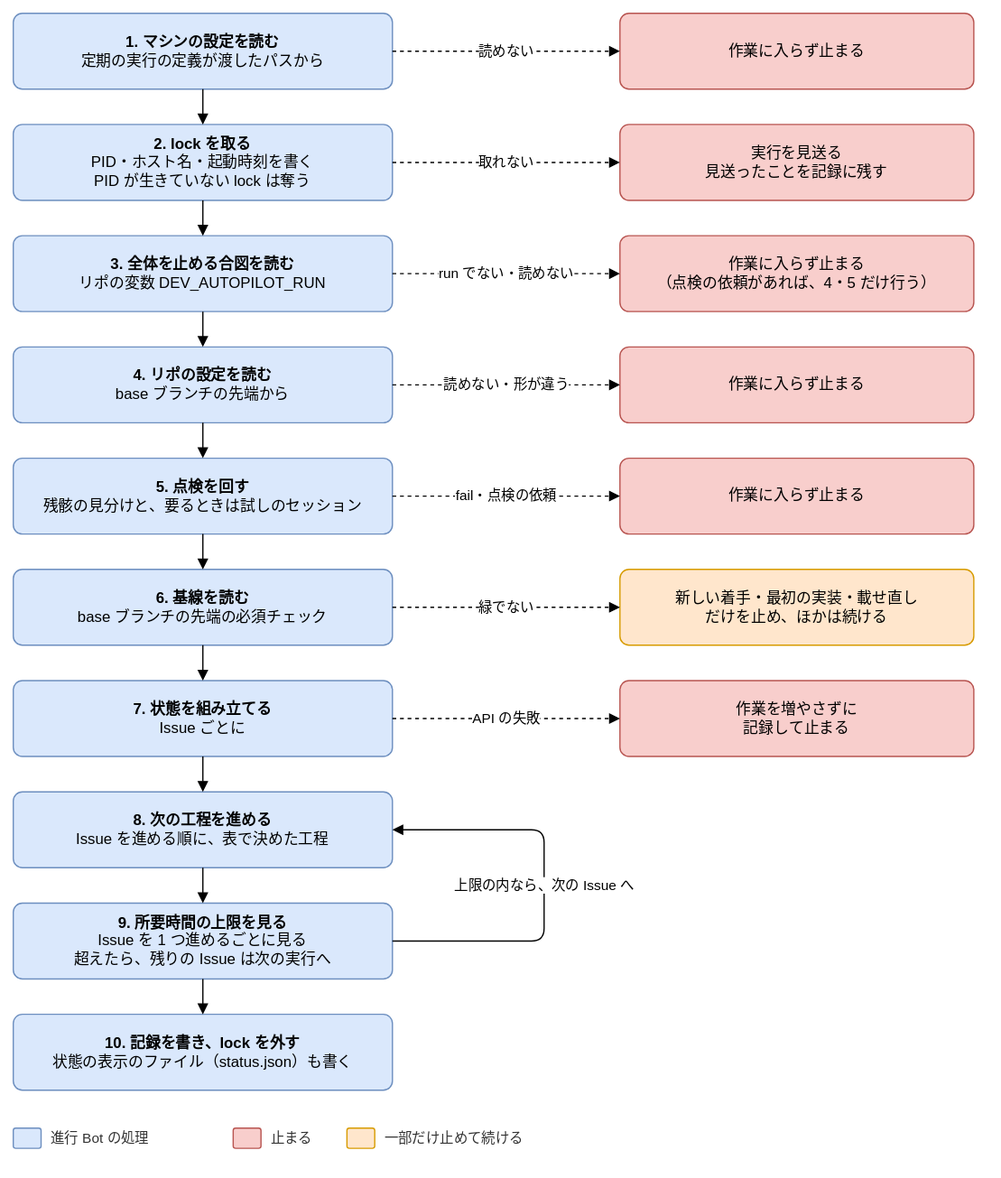
This is docs/design/basic/diagrams/02-run-flow.drawio.svg from Joymerrevent/dev-autopilot, a draw.io export, as it was before one commit. Source tidied: cells renumbered, new cells last; positions are measured from the earlier drawing's top-left corner, leaving out a move shared by most shapes.
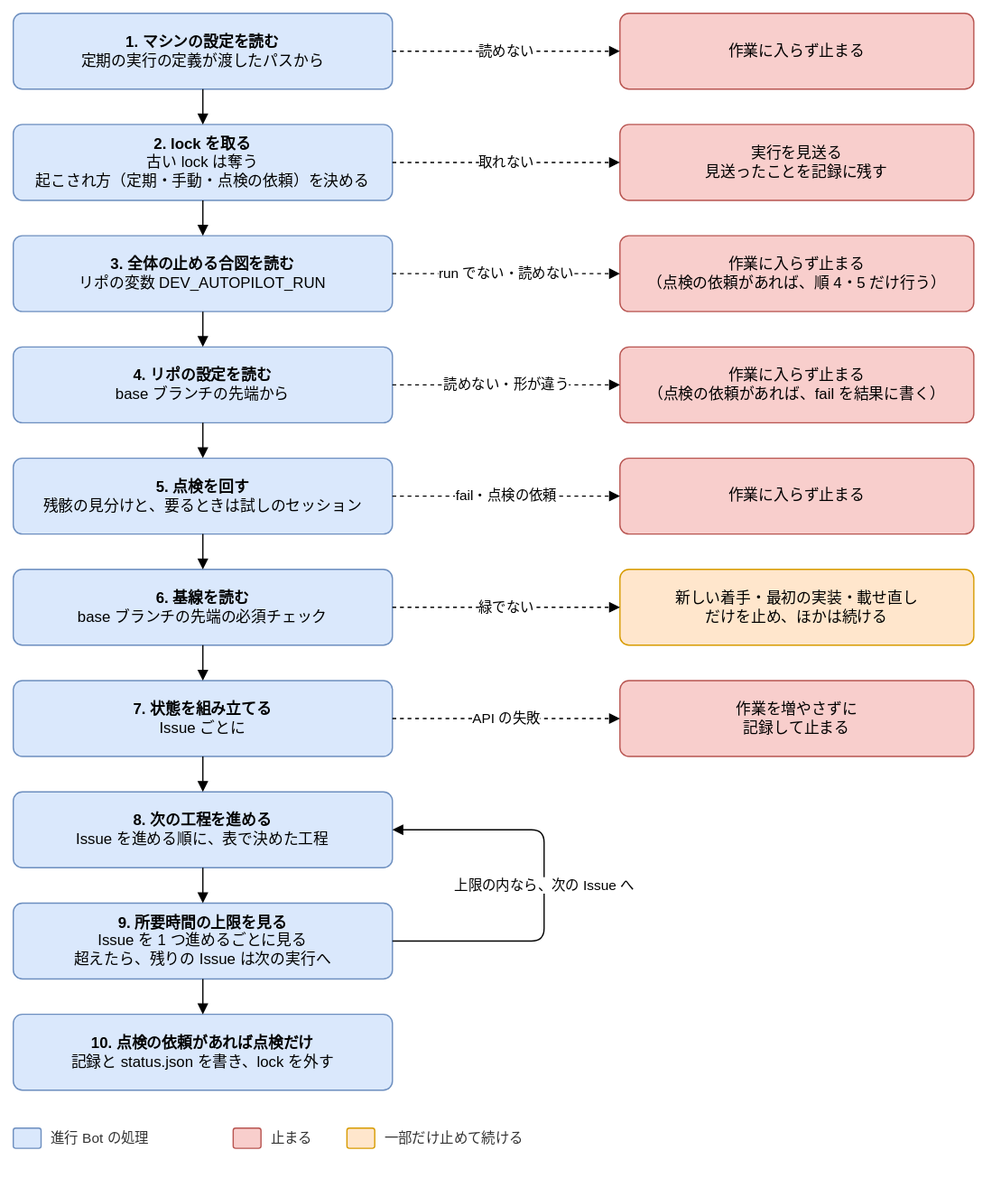
The same file after the commit.

The edit, as a diff of the source:
```diff
@@ -11,7 +11,7 @@
     <mxCell id="4" value="読めない" style="edgeStyle=orthogonalEdgeStyle;rounded=1;html=1;endArrow=block;endFill=1;fontSize=11;labelBackgroundColor=#ffffff;dashed=1;exitX=1;exitY=0.5;exitDx=0;exitDy=0;entryX=0;entryY=0.5;entryDx=0;entryDy=0;" parent="1" edge="1" source="2" target="3">
       <mxGeometry relative="1" as="geometry" />
     </mxCell>
-    <mxCell id="5" value="&lt;b&gt;2. lock を取る&lt;/b&gt;&lt;br&gt;PID・ホスト名・起動時刻を書く&lt;br&gt;PID が生きていない lock は奪う" style="rounded=1;whiteSpace=wrap;html=1;fontSize=12;arcSize=12;spacing=12;fillColor=#dae8fc;strokeColor=#6c8ebf;" parent="1" vertex="1">
+    <mxCell id="5" value="&lt;b&gt;2. lock を取る&lt;/b&gt;&lt;br&gt;古い lock は奪う&lt;br&gt;起こされ方（定期・手動・点検の依頼）を決める" style="rounded=1;whiteSpace=wrap;html=1;fontSize=12;arcSize=12;spacing=12;fillColor=#dae8fc;strokeColor=#6c8ebf;" parent="1" vertex="1">
       <mxGeometry y="88" width="300" height="60" as="geometry" />
     </mxCell>
     <mxCell id="6" style="edgeStyle=orthogonalEdgeStyle;rounded=1;html=1;endArrow=block;endFill=1;fontSize=11;labelBackgroundColor=#ffffff;exitX=0.5;exitY=1;exitDx=0;exitDy=0;entryX=0.5;entryY=0;entryDx=0;entryDy=0;" parent="1" edge="1" source="2" target="5">
@@ -23,13 +23,13 @@
     <mxCell id="8" value="取れない" style="edgeStyle=orthogonalEdgeStyle;rounded=1;html=1;endArrow=block;endFill=1;fontSize=11;labelBackgroundColor=#ffffff;dashed=1;exitX=1;exitY=0.5;exitDx=0;exitDy=0;entryX=0;entryY=0.5;entryDx=0;entryDy=0;" parent="1" edge="1" source="5" target="7">
       <mxGeometry relative="1" as="geometry" />
     </mxCell>
-    <mxCell id="9" value="&lt;b&gt;3. 全体を止める合図を読む&lt;/b&gt;&lt;br&gt;リポの変数 DEV_AUTOPILOT_RUN" style="rounded=1;whiteSpace=wrap;html=1;fontSize=12;arcSize=12;spacing=12;fillColor=#dae8fc;strokeColor=#6c8ebf;" parent="1" vertex="1">
+    <mxCell id="9" value="&lt;b&gt;3. 全体の止める合図を読む&lt;/b&gt;&lt;br&gt;リポの変数 DEV_AUTOPILOT_RUN" style="rounded=1;whiteSpace=wrap;html=1;fontSize=12;arcSize=12;spacing=12;fillColor=#dae8fc;strokeColor=#6c8ebf;" parent="1" vertex="1">
       <mxGeometry y="176" width="300" height="60" as="geometry" />
     </mxCell>
     <mxCell id="10" style="edgeStyle=orthogonalEdgeStyle;rounded=1;html=1;endArrow=block;endFill=1;fontSize=11;labelBackgroundColor=#ffffff;exitX=0.5;exitY=1;exitDx=0;exitDy=0;entryX=0.5;entryY=0;entryDx=0;entryDy=0;" parent="1" edge="1" source="5" target="9">
       <mxGeometry relative="1" as="geometry" />
     </mxCell>
-    <mxCell id="11" value="作業に入らず止まる&lt;br&gt;（点検の依頼があれば、4・5 だけ行う）" style="rounded=1;whiteSpace=wrap;html=1;fontSize=12;arcSize=12;spacing=12;fillColor=#f8cecc;strokeColor=#b85450;" parent="1" vertex="1">
+    <mxCell id="11" value="作業に入らず止まる&lt;br&gt;（点検の依頼があれば、順 4・5 だけ行う）" style="rounded=1;whiteSpace=wrap;html=1;fontSize=12;arcSize=12;spacing=12;fillColor=#f8cecc;strokeColor=#b85450;" parent="1" vertex="1">
       <mxGeometry x="480" y="176" width="280" height="60" as="geometry" />
     </mxCell>
     <mxCell id="12" value="run でない・読めない" style="edgeStyle=orthogonalEdgeStyle;rounded=1;html=1;endArrow=block;endFill=1;fontSize=11;labelBackgroundColor=#ffffff;dashed=1;exitX=1;exitY=0.5;exitDx=0;exitDy=0;entryX=0;entryY=0.5;entryDx=0;entryDy=0;" parent="1" edge="1" source="9" target="11">
@@ -41,7 +41,7 @@
     <mxCell id="14" style="edgeStyle=orthogonalEdgeStyle;rounded=1;html=1;endArrow=block;endFill=1;fontSize=11;labelBackgroundColor=#ffffff;exitX=0.5;exitY=1;exitDx=0;exitDy=0;entryX=0.5;entryY=0;entryDx=0;entryDy=0;" parent="1" edge="1" source="9" target="13">
       <mxGeometry relative="1" as="geometry" />
     </mxCell>
-    <mxCell id="15" value="作業に入らず止まる" style="rounded=1;whiteSpace=wrap;html=1;fontSize=12;arcSize=12;spacing=12;fillColor=#f8cecc;strokeColor=#b85450;" parent="1" vertex="1">
+    <mxCell id="15" value="作業に入らず止まる&lt;br&gt;（点検の依頼があれば、fail を結果に書く）" style="rounded=1;whiteSpace=wrap;html=1;fontSize=12;arcSize=12;spacing=12;fillColor=#f8cecc;strokeColor=#b85450;" parent="1" vertex="1">
       <mxGeometry x="480" y="264" width="280" height="60" as="geometry" />
     </mxCell>
     <mxCell id="16" value="読めない・形が違う" style="edgeStyle=orthogonalEdgeStyle;rounded=1;html=1;endArrow=block;endFill=1;fontSize=11;labelBackgroundColor=#ffffff;dashed=1;exitX=1;exitY=0.5;exitDx=0;exitDy=0;entryX=0;entryY=0.5;entryDx=0;entryDy=0;" parent="1" edge="1" source="13" target="15">
@@ -95,7 +95,7 @@
     <mxCell id="32" style="edgeStyle=orthogonalEdgeStyle;rounded=1;html=1;endArrow=block;endFill=1;fontSize=11;labelBackgroundColor=#ffffff;exitX=0.5;exitY=1;exitDx=0;exitDy=0;entryX=0.5;entryY=0;entryDx=0;entryDy=0;" parent="1" edge="1" source="29" target="31">
       <mxGeometry relative="1" as="geometry" />
     </mxCell>
-    <mxCell id="33" value="&lt;b&gt;10. 記録を書き、lock を外す&lt;/b&gt;&lt;br&gt;状態の表示のファイル（status.json）も書く" style="rounded=1;whiteSpace=wrap;html=1;fontSize=12;arcSize=12;spacing=12;fillColor=#dae8fc;strokeColor=#6c8ebf;" parent="1" vertex="1">
+    <mxCell id="33" value="&lt;b&gt;10. 点検の依頼があれば点検だけ&lt;/b&gt;&lt;br&gt;記録と status.json を書き、lock を外す" style="rounded=1;whiteSpace=wrap;html=1;fontSize=12;arcSize=12;spacing=12;fillColor=#dae8fc;strokeColor=#6c8ebf;" parent="1" vertex="1">
       <mxGeometry y="792" width="300" height="60" as="geometry" />
     </mxCell>
     <mxCell id="34" style="edgeStyle=orthogonalEdgeStyle;rounded=1;html=1;endArrow=block;endFill=1;fontSize=11;labelBackgroundColor=#ffffff;exitX=0.5;exitY=1;exitDx=0;exitDy=0;entryX=0.5;entryY=0;entryDx=0;entryDy=0;" parent="1" edge="1" source="31" target="33">
```
